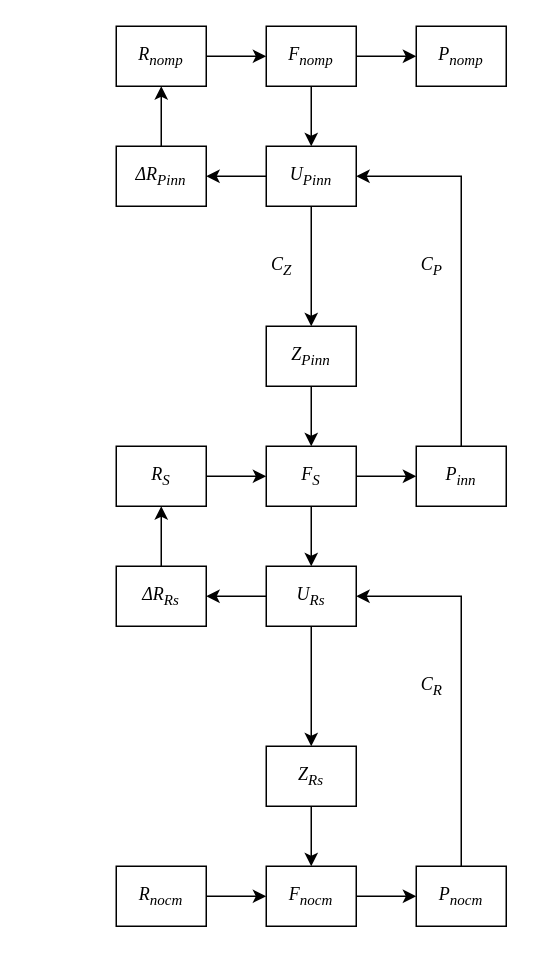
This is delovoe_okr.drawio from obscurya/draw.io, a draw.io file, before an edit. Source tidied: cells renumbered, new cells numbered last; positions are measured from the earlier drawing's top-left corner, leaving out a move shared by most shapes. Both pictures are drawn from the tidied source at 150%, with x=0, y=0 at pixel (116, 26).
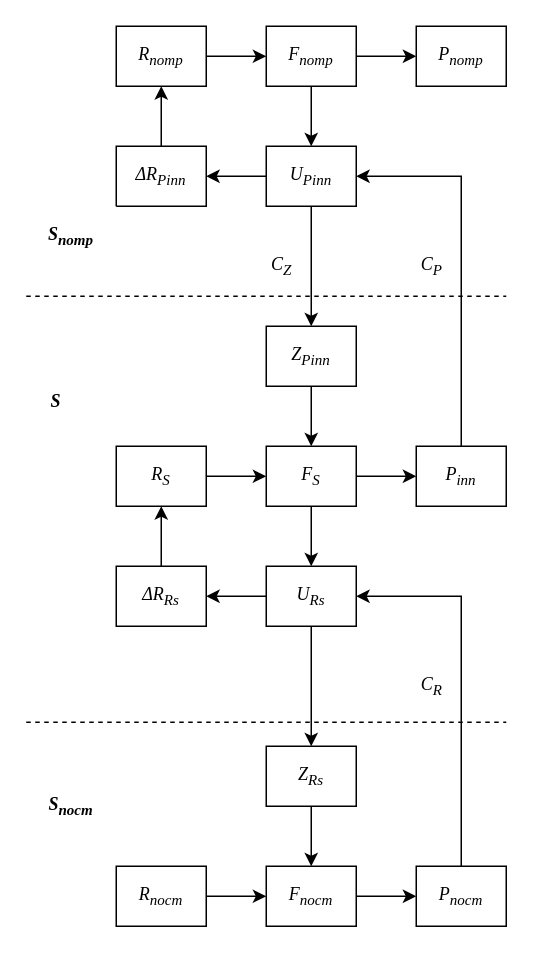
After the change.

Diff of the diagram source:
```diff
@@
+    <mxCell id="35" style="endArrow=none;dashed=1;html=1;fontFamily=Times New Roman;fontSize=12;" parent="1" edge="1">
+      <mxGeometry relative="1" as="geometry">
+        <mxPoint x="-60" y="180" as="sourcePoint" />
+        <mxPoint x="260" y="180" as="targetPoint" />
+      </mxGeometry>
+    </mxCell>
+    <mxCell id="36" style="endArrow=none;dashed=1;html=1;fontFamily=Times New Roman;fontSize=12;" parent="1" edge="1">
+      <mxGeometry relative="1" as="geometry">
+        <mxPoint x="-60" y="464" as="sourcePoint" />
+        <mxPoint x="260" y="464" as="targetPoint" />
+      </mxGeometry>
+    </mxCell>
+    <mxCell id="37" value="S&lt;sub&gt;потр&lt;/sub&gt;" style="rounded=0;whiteSpace=wrap;html=1;fontFamily=Times New Roman;fontStyle=3;strokeColor=none;" parent="1" vertex="1">
+      <mxGeometry x="-60" y="120" width="60" height="40" as="geometry" />
+    </mxCell>
+    <mxCell id="38" value="S" style="rounded=0;whiteSpace=wrap;html=1;fontFamily=Times New Roman;fontStyle=3;strokeColor=none;" parent="1" vertex="1">
+      <mxGeometry x="-60" y="230" width="40" height="40" as="geometry" />
+    </mxCell>
+    <mxCell id="39" value="S&lt;sub&gt;пост&lt;/sub&gt;" style="rounded=0;whiteSpace=wrap;html=1;fontFamily=Times New Roman;fontStyle=3;strokeColor=none;" parent="1" vertex="1">
+      <mxGeometry x="-60" y="500" width="60" height="40" as="geometry" />
+    </mxCell>
```
